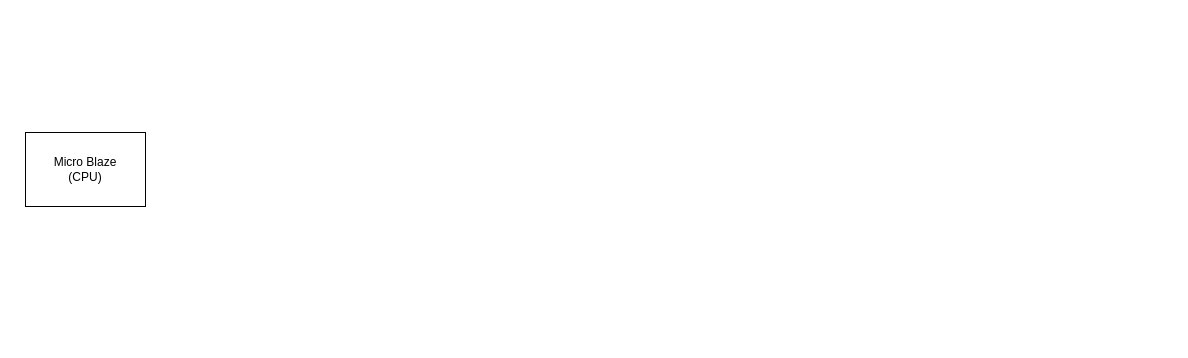
Before: 99_ppt/L05_AXI_SPI_I2C/Soc_top.drawio in JunHyoung0608/Verilog_2026_Project, a draw.io diagram. Source tidied: cells renumbered, new cells numbered last; positions are measured from the earlier drawing's top-left corner, leaving out a move shared by most shapes. Both pictures are drawn from the tidied source at 100%, with x=0, y=0 at pixel (25, 132).
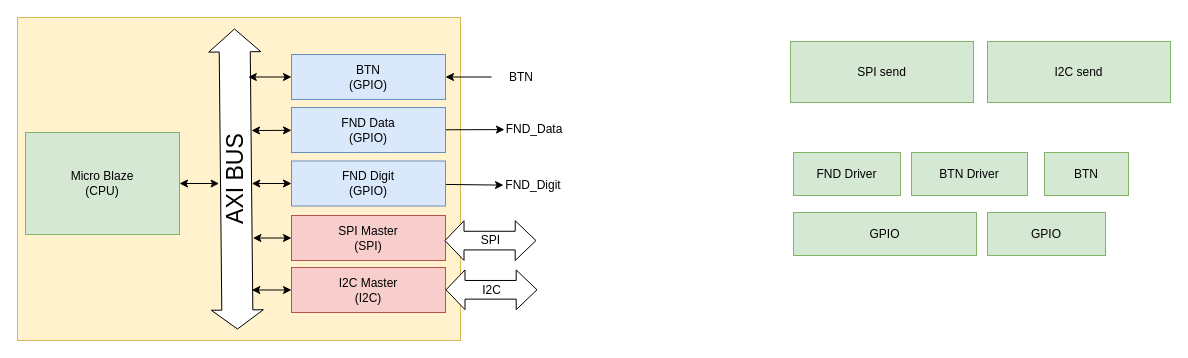
The same diagram, later.

The edit, as a diff of the source:
```diff
@@
+    <mxCell id="3" style="rounded=0;whiteSpace=wrap;html=1;fillColor=#fff2cc;strokeColor=#d6b656;" parent="1" vertex="1">
+      <mxGeometry x="-8" y="-115" width="443" height="323" as="geometry" />
+    </mxCell>
+    <mxCell id="4" style="edgeStyle=none;html=1;startArrow=classic;startFill=1;" parent="1" edge="1" source="2">
+      <mxGeometry relative="1" as="geometry">
+        <mxPoint x="193.6" y="51" as="targetPoint" />
+      </mxGeometry>
+    </mxCell>
-    <mxCell id="2" value="Micro Blaze&lt;div&gt;(CPU)&lt;/div&gt;" style="rounded=0;whiteSpace=wrap;html=1;" parent="1" vertex="1">
-      <mxGeometry width="120" height="74" as="geometry" />
+    <mxCell id="2" value="Micro Blaze&lt;div&gt;(CPU)&lt;/div&gt;" style="rounded=0;whiteSpace=wrap;html=1;fillColor=#d5e8d4;strokeColor=#82b366;" parent="1" vertex="1">
+      <mxGeometry width="154" height="102" as="geometry" />
     </mxCell>
+    <mxCell id="5" style="shape=flexArrow;endArrow=classic;startArrow=classic;html=1;width=31.03448275862069;endSize=7.289655172413793;fillColor=default;" parent="1" edge="1">
+      <mxGeometry relative="1" as="geometry">
+        <mxPoint x="212" y="197" as="sourcePoint" />
+        <mxPoint x="209" y="-104" as="targetPoint" />
+      </mxGeometry>
+    </mxCell>
+    <mxCell id="6" value="&lt;font style=&quot;font-size: 23px;&quot;&gt;AXI BUS&lt;/font&gt;" style="edgeLabel;html=1;align=center;verticalAlign=middle;rotation=-90;" parent="5" vertex="1">
+      <mxGeometry x="0.26" y="-6" relative="1" as="geometry">
+        <mxPoint x="-6" y="41" as="offset" />
+      </mxGeometry>
+    </mxCell>
+    <mxCell id="7" style="edgeStyle=none;html=1;startArrow=classic;startFill=1;" parent="1" edge="1" source="9">
+      <mxGeometry relative="1" as="geometry">
+        <mxPoint x="226" y="-2" as="targetPoint" />
+      </mxGeometry>
+    </mxCell>
+    <mxCell id="8" style="edgeStyle=none;html=1;" parent="1" edge="1" source="9" target="21">
+      <mxGeometry relative="1" as="geometry" />
+    </mxCell>
+    <mxCell id="9" value="FND Data&lt;br&gt;&lt;div&gt;(GPIO)&lt;/div&gt;" style="rounded=0;whiteSpace=wrap;html=1;fillColor=#dae8fc;strokeColor=#6c8ebf;" parent="1" vertex="1">
+      <mxGeometry x="266" y="-25" width="154" height="45" as="geometry" />
+    </mxCell>
+    <mxCell id="10" style="edgeStyle=none;html=1;startArrow=classic;startFill=1;" parent="1" edge="1" source="12">
+      <mxGeometry relative="1" as="geometry">
+        <mxPoint x="226.3" y="51" as="targetPoint" />
+      </mxGeometry>
+    </mxCell>
+    <mxCell id="11" style="edgeStyle=none;html=1;" parent="1" edge="1" source="12" target="22">
+      <mxGeometry relative="1" as="geometry" />
+    </mxCell>
+    <mxCell id="12" value="FND Digit&lt;br&gt;&lt;div&gt;(GPIO)&lt;/div&gt;" style="rounded=0;whiteSpace=wrap;html=1;fillColor=#dae8fc;strokeColor=#6c8ebf;" parent="1" vertex="1">
+      <mxGeometry x="266" y="28.5" width="154" height="45" as="geometry" />
+    </mxCell>
+    <mxCell id="13" style="edgeStyle=none;html=1;startArrow=classic;startFill=1;" parent="1" edge="1" source="14">
+      <mxGeometry relative="1" as="geometry">
+        <mxPoint x="222.8" y="-55.5" as="targetPoint" />
+      </mxGeometry>
+    </mxCell>
+    <mxCell id="14" value="BTN&lt;br&gt;&lt;div&gt;(GPIO)&lt;/div&gt;" style="rounded=0;whiteSpace=wrap;html=1;fillColor=#dae8fc;strokeColor=#6c8ebf;" parent="1" vertex="1">
+      <mxGeometry x="266" y="-78" width="154" height="45" as="geometry" />
+    </mxCell>
+    <mxCell id="15" style="edgeStyle=none;html=1;startArrow=classic;startFill=1;" parent="1" edge="1" source="16">
+      <mxGeometry relative="1" as="geometry">
+        <mxPoint x="227.4" y="105.5" as="targetPoint" />
+      </mxGeometry>
+    </mxCell>
+    <mxCell id="16" value="SPI Master&lt;br&gt;&lt;div&gt;(SPI)&lt;/div&gt;" style="rounded=0;whiteSpace=wrap;html=1;fillColor=#f8cecc;strokeColor=#b85450;" parent="1" vertex="1">
+      <mxGeometry x="266" y="83" width="154" height="45" as="geometry" />
+    </mxCell>
+    <mxCell id="17" style="edgeStyle=none;html=1;startArrow=classic;startFill=1;" parent="1" edge="1" source="18">
+      <mxGeometry relative="1" as="geometry">
+        <mxPoint x="226.3" y="157.5" as="targetPoint" />
+      </mxGeometry>
+    </mxCell>
+    <mxCell id="18" value="I2C Master&lt;br&gt;&lt;div&gt;(I2C)&lt;/div&gt;" style="rounded=0;whiteSpace=wrap;html=1;fillColor=#f8cecc;strokeColor=#b85450;" parent="1" vertex="1">
+      <mxGeometry x="266" y="135" width="154" height="45" as="geometry" />
+    </mxCell>
+    <mxCell id="19" style="edgeStyle=none;html=1;" parent="1" edge="1" source="20" target="14">
+      <mxGeometry relative="1" as="geometry" />
+    </mxCell>
+    <mxCell id="20" value="BTN" style="text;html=1;align=center;verticalAlign=middle;whiteSpace=wrap;rounded=0;" parent="1" vertex="1">
+      <mxGeometry x="466" y="-70.5" width="60" height="30" as="geometry" />
+    </mxCell>
+    <mxCell id="21" value="FND_Data" style="text;html=1;align=center;verticalAlign=middle;whiteSpace=wrap;rounded=0;" parent="1" vertex="1">
+      <mxGeometry x="479" y="-18" width="60" height="30" as="geometry" />
+    </mxCell>
+    <mxCell id="22" value="FND_Digit" style="text;html=1;align=center;verticalAlign=middle;whiteSpace=wrap;rounded=0;" parent="1" vertex="1">
+      <mxGeometry x="478" y="38" width="60" height="30" as="geometry" />
+    </mxCell>
+    <mxCell id="23" style="shape=flexArrow;endArrow=classic;startArrow=classic;html=1;width=18.653846153846153;endSize=6.601923076923076;strokeColor=default;fillColor=#FFFFFF;gradientColor=none;gradientDirection=north;" parent="1" edge="1">
+      <mxGeometry relative="1" as="geometry">
+        <mxPoint x="419" y="108.1" as="sourcePoint" />
+        <mxPoint x="511" y="108.1" as="targetPoint" />
+      </mxGeometry>
+    </mxCell>
+    <mxCell id="24" style="shape=flexArrow;endArrow=classic;startArrow=classic;html=1;width=18.653846153846153;endSize=6.601923076923076;strokeColor=default;fillColor=#FFFFFF;gradientColor=none;gradientDirection=north;" parent="1" edge="1">
+      <mxGeometry relative="1" as="geometry">
+        <mxPoint x="420" y="157.3" as="sourcePoint" />
+        <mxPoint x="512" y="157.3" as="targetPoint" />
+      </mxGeometry>
+    </mxCell>
+    <mxCell id="25" value="SPI" style="text;html=1;align=center;verticalAlign=middle;whiteSpace=wrap;rounded=0;" parent="1" vertex="1">
+      <mxGeometry x="453" y="103" width="25" height="10.5" as="geometry" />
+    </mxCell>
+    <mxCell id="26" value="I2C" style="text;html=1;align=center;verticalAlign=middle;whiteSpace=wrap;rounded=0;" parent="1" vertex="1">
+      <mxGeometry x="454" y="153" width="25" height="10.5" as="geometry" />
+    </mxCell>
+    <mxCell id="27" value="SPI send" style="rounded=0;whiteSpace=wrap;html=1;fillColor=#d5e8d4;strokeColor=#82b366;" parent="1" vertex="1">
+      <mxGeometry x="765" y="-91" width="183" height="61" as="geometry" />
+    </mxCell>
+    <mxCell id="28" value="I2C send" style="rounded=0;whiteSpace=wrap;html=1;fillColor=#d5e8d4;strokeColor=#82b366;" parent="1" vertex="1">
+      <mxGeometry x="962" y="-91" width="183" height="61" as="geometry" />
+    </mxCell>
+    <mxCell id="29" value="GPIO" style="rounded=0;whiteSpace=wrap;html=1;fillColor=#d5e8d4;strokeColor=#82b366;" parent="1" vertex="1">
+      <mxGeometry x="768" y="80" width="183" height="43" as="geometry" />
+    </mxCell>
+    <mxCell id="30" value="FND Driver" style="rounded=0;whiteSpace=wrap;html=1;fillColor=#d5e8d4;strokeColor=#82b366;" parent="1" vertex="1">
+      <mxGeometry x="768" y="20" width="107" height="43" as="geometry" />
+    </mxCell>
+    <mxCell id="31" value="BTN Driver" style="rounded=0;whiteSpace=wrap;html=1;fillColor=#d5e8d4;strokeColor=#82b366;" parent="1" vertex="1">
+      <mxGeometry x="886" y="20" width="116" height="43" as="geometry" />
+    </mxCell>
+    <mxCell id="32" value="BTN" style="rounded=0;whiteSpace=wrap;html=1;fillColor=#d5e8d4;strokeColor=#82b366;" parent="1" vertex="1">
+      <mxGeometry x="1019" y="20" width="84" height="43" as="geometry" />
+    </mxCell>
+    <mxCell id="33" value="GPIO" style="rounded=0;whiteSpace=wrap;html=1;fillColor=#d5e8d4;strokeColor=#82b366;" parent="1" vertex="1">
+      <mxGeometry x="962" y="80" width="118" height="43" as="geometry" />
+    </mxCell>
```
